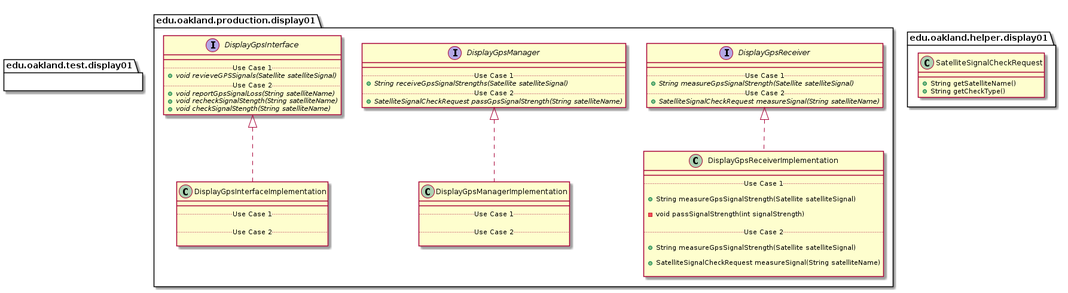
Above: docs/uml-class-diagrams/display01/Display01Packages_InternalDependencies.png in andrewdimmer/csi-3370-software-project (PlantUML), before the change.
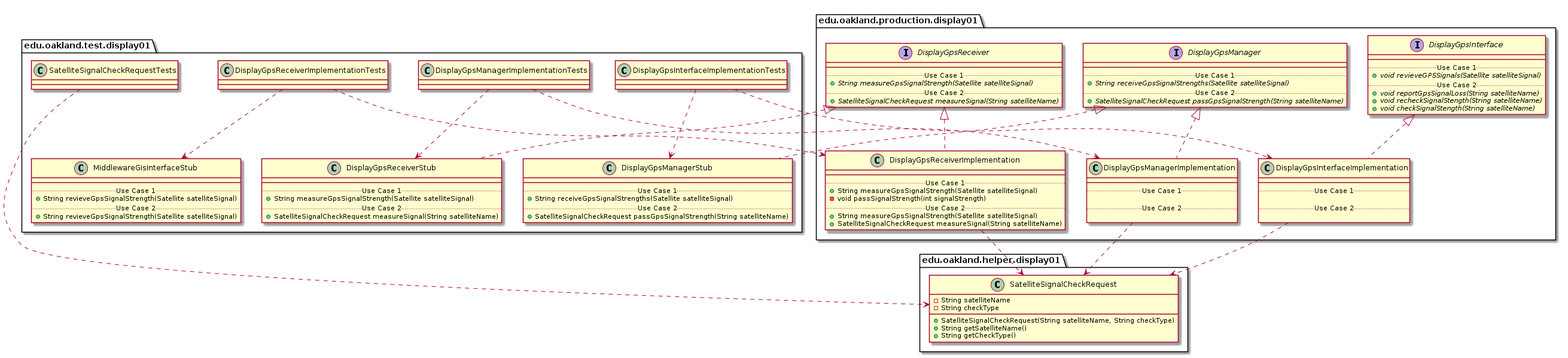
The same file after the commit.

Diff of the diagram source:
```diff
@@ -71,17 +71,11 @@
     class DisplayGpsReceiverImplementation {
         __
         .. Use Case 1 ..
-
         + String measureGpsSignalStrength(Satellite satelliteSignal)
-
         - void passSignalStrength(int signalStrength)
-
         .. Use Case 2 ..
-
         + String measureGpsSignalStrength(Satellite satelliteSignal)
-
         + SatelliteSignalCheckRequest measureSignal(String satelliteName)
-
     }
 }
 
@@ -92,12 +86,98 @@
 
 
 
+package edu.oakland.helper.display01 {
+    class SatelliteSignalCheckRequest {
+        - String satelliteName
+        - String checkType
+        + SatelliteSignalCheckRequest(String satelliteName, String checkType)
+        + String getSatelliteName()
+        + String getCheckType()
+    }
+}
+
+DisplayGpsInterfaceImplementation ..> SatelliteSignalCheckRequest
+DisplayGpsManagerImplementation ..> SatelliteSignalCheckRequest
+DisplayGpsReceiverImplementation ..> SatelliteSignalCheckRequest
+
+package edu.oakland.test.display01 {
+
+}
+
+
+package edu.oakland.test.display01 {
+    class DisplayGpsInterfaceImplementationTests {
+
+    }
+}
 
 
 
 package edu.oakland.test.display01 {
+    class DisplayGpsManagerStub {
+        __
+        .. Use Case 1 ..
+        + String receiveGpsSignalStrengths(Satellite satelliteSignal)
+        .. Use Case 2 ..
+        + SatelliteSignalCheckRequest passGpsSignalStrength(String satelliteName)
+    }
+}
 
+DisplayGpsInterfaceImplementationTests ..> DisplayGpsManagerStub
+
+package edu.oakland.test.display01 {
+    class DisplayGpsManagerImplementationTests {
+
+    }
 }
+
+
+
+package edu.oakland.test.display01 {
+    class DisplayGpsReceiverStub {
+        __
+        .. Use Case 1 ..
+        + String measureGpsSignalStrength(Satellite satelliteSignal)
+        .. Use Case 2 ..
+        + SatelliteSignalCheckRequest measureSignal(String satelliteName)
+    }
+}
+
+DisplayGpsManagerImplementationTests ..> DisplayGpsReceiverStub
+
+package edu.oakland.test.display01 {
+    class DisplayGpsReceiverImplementationTests {
+
+    }
+}
+
+
+
+package edu.oakland.test.display01 {
+    class MiddlewareGisInterfaceStub {
+        __
+        .. Use Case 1 ..
+        + String revieveGpsSignalStrength(Satellite satelliteSignal)
+        .. Use Case 2 ..
+        + String revieveGpsSignalStrength(Satellite satelliteSignal)
+    }
+}
+
+DisplayGpsReceiverImplementationTests ..> MiddlewareGisInterfaceStub
+
+package edu.oakland.test.display01 {
+    class SatelliteSignalCheckRequestTests {
+
+    }
+}
+
+
+DisplayGpsInterfaceImplementationTests ..> DisplayGpsInterfaceImplementation
+DisplayGpsManagerImplementationTests ..> DisplayGpsManagerImplementation
+DisplayGpsReceiverImplementationTests ..> DisplayGpsReceiverImplementation
+SatelliteSignalCheckRequestTests ..> SatelliteSignalCheckRequest
+DisplayGpsManagerStub .up.|> DisplayGpsManager
+DisplayGpsReceiverStub .up.|> DisplayGpsReceiver
 
 
 package edu.oakland.helper.display01 {
@@ -105,14 +185,6 @@
 }
 
 
-package edu.oakland.helper.display01 {
-    class SatelliteSignalCheckRequest {
-        + String getSatelliteName()
-        + String getCheckType()
-    }
-}
-
-
 
 
 @enduml
```
